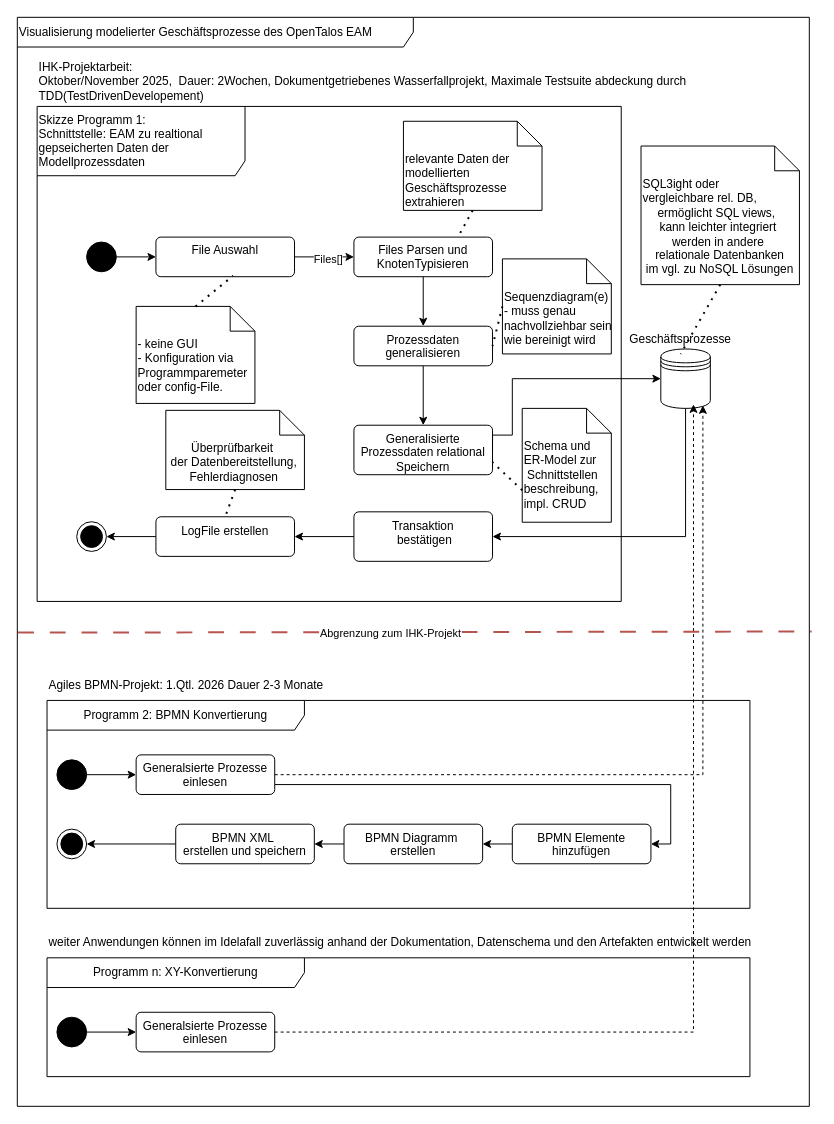
cjanta/ap2 keeps this draw.io diagram as TODO/IHK-Projektantrag-V2_NeuerAnsatz.drawio. Above is the earlier version. Source tidied: cells renumbered, new cells numbered last; positions are measured from the earlier drawing's top-left corner, leaving out a move shared by most shapes. Both pictures are drawn from the tidied source at 99%, with x=0, y=0 at pixel (17, 17).
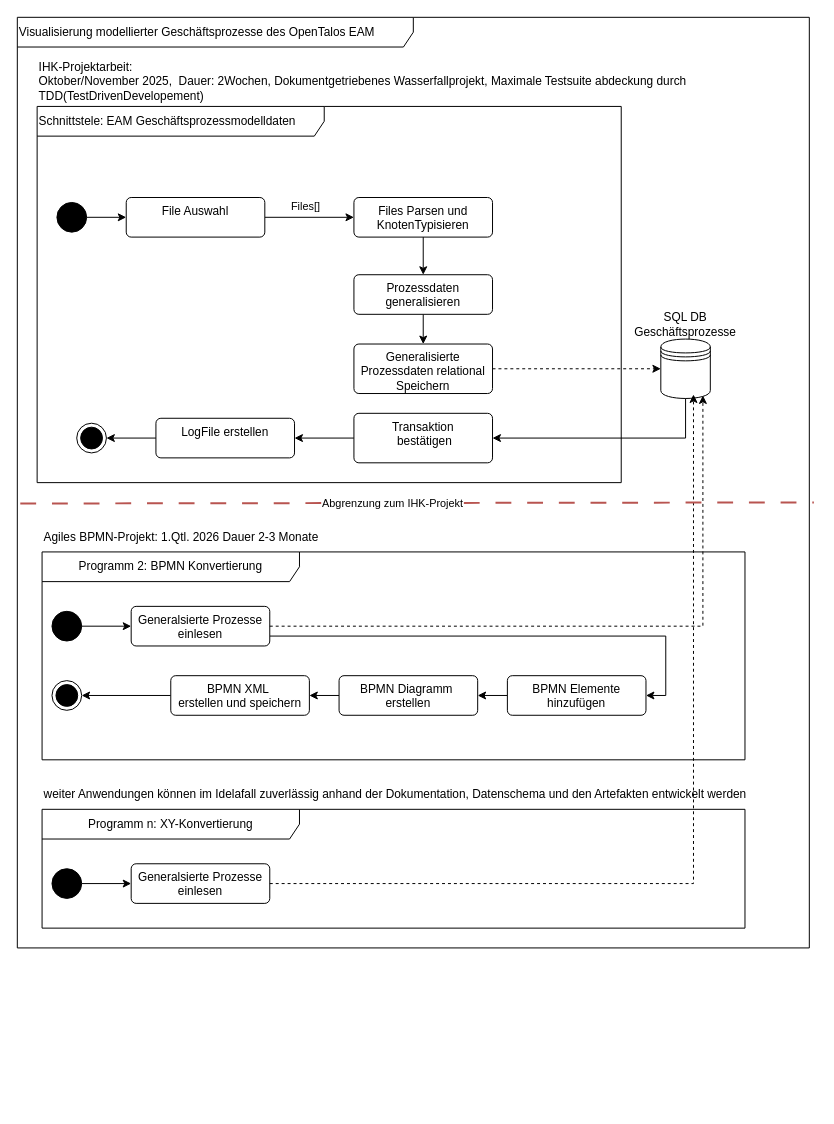
After the change.

Unchanged cells that the change refers to:
```xml
<mxCell id="21" style="edgeStyle=orthogonalEdgeStyle;rounded=0;jettySize=auto;html=1;exitX=1;exitY=0.5;exitDx=0;exitDy=0;" parent="20" edge="1" source="23" target="26">
  <mxGeometry relative="1" as="geometry" />
</mxCell>
```

Diff of the diagram source:
```diff
@@
-    <mxCell id="2" value="Visualisierung modelierter Geschäftsprozesse des OpenTalos EAM" style="shape=umlFrame;whiteSpace=wrap;html=1;width=400;height=30;align=left;" parent="1" vertex="1">
-      <mxGeometry width="800" height="1100" as="geometry" />
+    <mxCell id="2" value="Visualisierung modellierter Geschäftsprozesse des OpenTalos EAM" style="shape=umlFrame;whiteSpace=wrap;html=1;width=400;height=30;align=left;" parent="1" vertex="1">
+      <mxGeometry width="800" height="940" as="geometry" />
     </mxCell>
     <mxCell id="3" value="Programm 2: BPMN Konvertierung" style="shape=umlFrame;whiteSpace=wrap;html=1;width=260;height=30;" parent="2" vertex="1">
-      <mxGeometry x="30" y="690" width="710" height="210" as="geometry" />
+      <mxGeometry x="25" y="540" width="710" height="210" as="geometry" />
     </mxCell>
@@
     <mxCell id="15" value="Programm n: XY-Konvertierung" style="shape=umlFrame;whiteSpace=wrap;html=1;width=260;height=30;" parent="2" vertex="1">
-      <mxGeometry x="30" y="950" width="710" height="120" as="geometry" />
+      <mxGeometry x="25" y="800" width="710" height="120" as="geometry" />
     </mxCell>
@@
     <mxCell id="19" value="Agiles BPMN-Projekt: 1.Qtl. 2026 Dauer 2-3 Monate" style="text;html=1;align=left;verticalAlign=middle;whiteSpace=wrap;rounded=0;" parent="2" vertex="1">
-      <mxGeometry x="30" y="660" width="600" height="30" as="geometry" />
+      <mxGeometry x="25" y="510" width="600" height="30" as="geometry" />
     </mxCell>
-    <mxCell id="20" value="Skizze Programm 1:&lt;div&gt;Schnittstelle: EAM zu realtional gepseicherten Daten der Modellprozessdaten&lt;/div&gt;" style="shape=umlFrame;whiteSpace=wrap;html=1;width=210;height=70;align=left;" parent="2" vertex="1">
-      <mxGeometry x="20" y="90" width="590" height="500" as="geometry" />
+    <mxCell id="20" value="Schnittstele: EAM Geschäftsprozessmodelldaten" style="shape=umlFrame;whiteSpace=wrap;html=1;width=290;height=30;align=left;" parent="2" vertex="1">
+      <mxGeometry x="20" y="90" width="590" height="380" as="geometry" />
     </mxCell>
@@
     <mxCell id="22" value="Files[]" style="edgeLabel;html=1;align=center;verticalAlign=middle;" parent="21" vertex="1">
-      <mxGeometry x="0.1" y="-2" relative="1" as="geometry" />
+      <mxGeometry x="0.1" y="-2" relative="1" as="geometry">
+        <mxPoint x="-10" y="-14" as="offset" />
+      </mxGeometry>
     </mxCell>
     <mxCell id="23" value="File Auswahl" style="html=1;align=center;verticalAlign=top;rounded=1;absoluteArcSize=1;arcSize=10;dashed=0;whiteSpace=wrap;" parent="20" vertex="1">
-      <mxGeometry x="120" y="132" width="140" height="40" as="geometry" />
+      <mxGeometry x="90" y="92" width="140" height="40" as="geometry" />
     </mxCell>
-    <mxCell id="24" value="- keine GUI&amp;nbsp;&lt;div&gt;- Konfiguration via Programmparemeter oder config-File.&lt;/div&gt;" style="shape=note2;boundedLbl=1;whiteSpace=wrap;html=1;size=25;verticalAlign=top;align=left;" parent="20" vertex="1">
-      <mxGeometry x="100" y="202" width="120" height="98" as="geometry" />
-    </mxCell>
@@
     <mxCell id="26" value="Files Parsen und KnotenTypisieren" style="html=1;align=center;verticalAlign=top;rounded=1;absoluteArcSize=1;arcSize=10;dashed=0;whiteSpace=wrap;" parent="20" vertex="1">
-      <mxGeometry x="320" y="132" width="140" height="40" as="geometry" />
+      <mxGeometry x="320" y="92" width="140" height="40" as="geometry" />
     </mxCell>
@@
     <mxCell id="28" style="ellipse;fillColor=strokeColor;html=1;" parent="20" vertex="1">
-      <mxGeometry x="50" y="137" width="30" height="30" as="geometry" />
+      <mxGeometry x="20" y="97" width="30" height="30" as="geometry" />
     </mxCell>
@@
     <mxCell id="30" value="Prozessdaten generalisieren" style="html=1;align=center;verticalAlign=top;rounded=1;absoluteArcSize=1;arcSize=10;dashed=0;whiteSpace=wrap;" parent="20" vertex="1">
-      <mxGeometry x="320" y="222" width="140" height="40" as="geometry" />
+      <mxGeometry x="320" y="170" width="140" height="40" as="geometry" />
     </mxCell>
     <mxCell id="31" value="Generalisierte Prozessdaten relational Speichern" style="html=1;align=center;verticalAlign=top;rounded=1;absoluteArcSize=1;arcSize=10;dashed=0;whiteSpace=wrap;" parent="20" vertex="1">
-      <mxGeometry x="320" y="322" width="140" height="50" as="geometry" />
+      <mxGeometry x="320" y="240" width="140" height="50" as="geometry" />
     </mxCell>
@@
     <mxCell id="33" value="Transaktion&lt;div&gt;&amp;nbsp;bestätigen&lt;/div&gt;" style="html=1;align=center;verticalAlign=top;rounded=1;absoluteArcSize=1;arcSize=10;dashed=0;whiteSpace=wrap;" parent="20" vertex="1">
-      <mxGeometry x="320" y="409.5" width="140" height="50" as="geometry" />
+      <mxGeometry x="320" y="310" width="140" height="50" as="geometry" />
     </mxCell>
@@
     <mxCell id="35" value="LogFile erstellen" style="html=1;align=center;verticalAlign=top;rounded=1;absoluteArcSize=1;arcSize=10;dashed=0;whiteSpace=wrap;" parent="20" vertex="1">
-      <mxGeometry x="120" y="414.5" width="140" height="40" as="geometry" />
+      <mxGeometry x="120" y="315" width="140" height="40" as="geometry" />
     </mxCell>
     <mxCell id="36" style="ellipse;html=1;shape=endState;fillColor=strokeColor;" parent="20" vertex="1">
-      <mxGeometry x="40" y="419.5" width="30" height="30" as="geometry" />
+      <mxGeometry x="40" y="320" width="30" height="30" as="geometry" />
     </mxCell>
-    <mxCell id="37" value="&lt;div style=&quot;&quot;&gt;&lt;span style=&quot;text-wrap-mode: nowrap;&quot;&gt;relevante Daten der&lt;/span&gt;&lt;/div&gt;&lt;div style=&quot;&quot;&gt;&lt;span style=&quot;text-wrap-mode: nowrap;&quot;&gt;modellierten&amp;nbsp;&lt;/span&gt;&lt;/div&gt;&lt;div style=&quot;&quot;&gt;&lt;span style=&quot;text-wrap-mode: nowrap;&quot;&gt;Geschäftsprozesse&lt;/span&gt;&lt;/div&gt;&lt;div style=&quot;&quot;&gt;&lt;span style=&quot;text-wrap-mode: nowrap;&quot;&gt;extrahieren&lt;/span&gt;&lt;/div&gt;" style="shape=note2;boundedLbl=1;whiteSpace=wrap;html=1;size=25;verticalAlign=top;align=left;" parent="20" vertex="1">
-      <mxGeometry x="370" y="15" width="140" height="90" as="geometry" />
-    </mxCell>
-    <mxCell id="38" style="endArrow=none;dashed=1;html=1;dashPattern=1 3;strokeWidth=2;rounded=0;exitX=0.5;exitY=1;exitDx=0;exitDy=0;exitPerimeter=0;entryX=0.75;entryY=0;entryDx=0;entryDy=0;" parent="20" edge="1" source="37" target="26">
-      <mxGeometry relative="1" as="geometry" />
-    </mxCell>
-    <mxCell id="39" style="endArrow=none;dashed=1;html=1;dashPattern=1 3;strokeWidth=2;rounded=0;exitX=0.5;exitY=0;exitDx=0;exitDy=0;exitPerimeter=0;entryX=0.557;entryY=0.975;entryDx=0;entryDy=0;entryPerimeter=0;" parent="20" edge="1" source="24" target="23">
-      <mxGeometry relative="1" as="geometry" />
-    </mxCell>
-    <mxCell id="40" value="&lt;div style=&quot;&quot;&gt;&lt;span style=&quot;text-wrap-mode: nowrap;&quot;&gt;Sequenzdiagram(e)&lt;/span&gt;&lt;/div&gt;&lt;div style=&quot;&quot;&gt;&lt;span style=&quot;text-wrap-mode: nowrap;&quot;&gt;- muss genau&lt;/span&gt;&lt;/div&gt;&lt;div style=&quot;&quot;&gt;&lt;span style=&quot;text-wrap-mode: nowrap;&quot;&gt;nachvollziehbar sein&lt;/span&gt;&lt;/div&gt;&lt;div style=&quot;&quot;&gt;&lt;span style=&quot;text-wrap-mode: nowrap;&quot;&gt;wie bereinigt wird&lt;/span&gt;&lt;/div&gt;&lt;div style=&quot;&quot;&gt;&lt;br&gt;&lt;/div&gt;" style="shape=note2;boundedLbl=1;whiteSpace=wrap;html=1;size=25;verticalAlign=top;align=left;" parent="20" vertex="1">
-      <mxGeometry x="470" y="154" width="110" height="96" as="geometry" />
-    </mxCell>
-    <mxCell id="41" style="endArrow=none;dashed=1;html=1;dashPattern=1 3;strokeWidth=2;rounded=0;exitX=0;exitY=0.5;exitDx=0;exitDy=0;exitPerimeter=0;entryX=1;entryY=0.5;entryDx=0;entryDy=0;" parent="20" edge="1" source="40" target="30">
-      <mxGeometry relative="1" as="geometry" />
-    </mxCell>
-    <mxCell id="42" value="&lt;div style=&quot;&quot;&gt;&lt;span style=&quot;text-wrap-mode: nowrap;&quot;&gt;Schema und&lt;/span&gt;&lt;/div&gt;&lt;div style=&quot;&quot;&gt;&lt;span style=&quot;text-wrap-mode: nowrap;&quot;&gt;ER-Model zur&lt;/span&gt;&lt;/div&gt;&lt;div style=&quot;&quot;&gt;&lt;span style=&quot;text-wrap-mode: nowrap;&quot;&gt;&amp;nbsp;Schnittstellen&lt;/span&gt;&lt;/div&gt;&lt;div style=&quot;&quot;&gt;&lt;span style=&quot;text-wrap-mode: nowrap;&quot;&gt;beschreibung,&amp;nbsp;&lt;/span&gt;&lt;/div&gt;&lt;div style=&quot;&quot;&gt;&lt;span style=&quot;text-wrap-mode: nowrap;&quot;&gt;impl. CRUD&lt;/span&gt;&lt;/div&gt;" style="shape=note2;boundedLbl=1;whiteSpace=wrap;html=1;size=25;verticalAlign=top;align=left;" parent="20" vertex="1">
-      <mxGeometry x="490" y="305" width="90" height="115" as="geometry" />
-    </mxCell>
-    <mxCell id="43" style="endArrow=none;dashed=1;html=1;dashPattern=1 3;strokeWidth=2;rounded=0;exitX=0;exitY=0.719;exitDx=0;exitDy=0;exitPerimeter=0;entryX=1;entryY=0.75;entryDx=0;entryDy=0;" parent="20" edge="1" source="42" target="31">
-      <mxGeometry relative="1" as="geometry" />
-    </mxCell>
-    <mxCell id="44" value="&lt;div style=&quot;text-align: center;&quot;&gt;&lt;span style=&quot;text-wrap-mode: nowrap;&quot;&gt;Überprüfbarkeit&lt;/span&gt;&lt;/div&gt;&lt;div style=&quot;text-align: center;&quot;&gt;&lt;span style=&quot;text-wrap-mode: nowrap;&quot;&gt;&amp;nbsp;der Datenbereitstellung,&lt;/span&gt;&lt;/div&gt;&lt;div style=&quot;text-align: center;&quot;&gt;&lt;span style=&quot;text-wrap-mode: nowrap;&quot;&gt;&amp;nbsp;Fehlerdiagnosen&lt;/span&gt;&lt;/div&gt;" style="shape=note2;boundedLbl=1;whiteSpace=wrap;html=1;size=25;verticalAlign=top;align=left;" parent="20" vertex="1">
-      <mxGeometry x="130" y="307" width="140" height="80" as="geometry" />
-    </mxCell>
-    <mxCell id="45" style="endArrow=none;dashed=1;html=1;dashPattern=1 3;strokeWidth=2;rounded=0;exitX=0.5;exitY=1;exitDx=0;exitDy=0;exitPerimeter=0;entryX=0.5;entryY=0;entryDx=0;entryDy=0;" parent="20" edge="1" source="44" target="35">
-      <mxGeometry relative="1" as="geometry" />
-    </mxCell>
     <mxCell id="46" value="IHK-Projektarbeit: &lt;br&gt;Oktober/November 2025,&amp;nbsp; Dauer: 2Wochen, Dokumentgetriebenes Wasserfallprojekt, Maximale Testsuite abdeckung durch TDD(TestDrivenDevelopement)" style="text;html=1;align=left;verticalAlign=middle;whiteSpace=wrap;rounded=0;" parent="2" vertex="1">
-      <mxGeometry x="20" y="50" width="730" height="30" as="geometry" />
+      <mxGeometry x="20" y="40" width="730" height="50" as="geometry" />
     </mxCell>
     <mxCell id="47" style="shape=datastore;html=1;labelPosition=center;verticalLabelPosition=bottom;align=center;verticalAlign=top;" parent="2" vertex="1">
-      <mxGeometry x="650" y="335" width="50" height="60" as="geometry" />
+      <mxGeometry x="650" y="325" width="50" height="60" as="geometry" />
     </mxCell>
     <mxCell id="48" style="edgeStyle=orthogonalEdgeStyle;rounded=0;jettySize=auto;html=1;exitX=0.5;exitY=1;exitDx=0;exitDy=0;entryX=1;entryY=0.5;entryDx=0;entryDy=0;" parent="2" edge="1" source="47" target="33">
       <mxGeometry relative="1" as="geometry">
         <Array as="points">
-          <mxPoint x="675" y="525" />
+          <mxPoint x="675" y="425" />
         </Array>
       </mxGeometry>
     </mxCell>
-    <mxCell id="49" style="edgeStyle=orthogonalEdgeStyle;rounded=0;jettySize=auto;html=1;exitX=1;exitY=0.5;exitDx=0;exitDy=0;entryX=0;entryY=0.5;entryDx=0;entryDy=0;" parent="2" edge="1" source="31" target="47">
-      <mxGeometry relative="1" as="geometry">
-        <Array as="points">
-          <mxPoint x="500" y="422" />
-          <mxPoint x="500" y="365" />
-        </Array>
-      </mxGeometry>
-    </mxCell>
-    <mxCell id="50" value="Geschäftsprozesse" style="text;html=1;align=center;verticalAlign=middle;whiteSpace=wrap;rounded=0;" parent="2" vertex="1">
-      <mxGeometry x="640" y="310" width="60" height="30" as="geometry" />
+    <mxCell id="50" value="SQL DB&lt;br&gt;Geschäftsprozesse" style="text;html=1;align=center;verticalAlign=middle;whiteSpace=wrap;rounded=0;" parent="2" vertex="1">
+      <mxGeometry x="645" y="295" width="60" height="30" as="geometry" />
     </mxCell>
-    <mxCell id="51" value="&lt;span style=&quot;text-align: center; text-wrap-mode: nowrap;&quot;&gt;SQL3ight oder&lt;/span&gt;&lt;div&gt;&lt;span style=&quot;text-align: center; text-wrap-mode: nowrap;&quot;&gt;vergleichbare rel. DB,&lt;/span&gt;&lt;/div&gt;&lt;div style=&quot;text-align: center;&quot;&gt;&lt;span style=&quot;text-wrap-mode: nowrap;&quot;&gt;ermöglicht SQL views,&amp;nbsp;&lt;/span&gt;&lt;/div&gt;&lt;div style=&quot;text-align: center;&quot;&gt;&lt;span style=&quot;text-wrap-mode: nowrap;&quot;&gt;kann leichter integriert&lt;/span&gt;&lt;/div&gt;&lt;div style=&quot;text-align: center;&quot;&gt;&lt;span style=&quot;text-wrap-mode: nowrap; background-color: transparent; color: light-dark(rgb(0, 0, 0), rgb(255, 255, 255));&quot;&gt;werden in andere&lt;/span&gt;&lt;/div&gt;&lt;div style=&quot;text-align: center;&quot;&gt;&lt;span style=&quot;text-wrap-mode: nowrap;&quot;&gt;&amp;nbsp;relationale Datenbanken&lt;/span&gt;&lt;/div&gt;&lt;div style=&quot;text-align: center;&quot;&gt;&lt;span style=&quot;text-wrap-mode: nowrap;&quot;&gt;&amp;nbsp;im vgl. zu NoSQL Lösungen&lt;/span&gt;&lt;/div&gt;&lt;div style=&quot;text-align: center;&quot;&gt;&lt;br&gt;&lt;/div&gt;&lt;div style=&quot;text-align: center;&quot;&gt;&lt;span style=&quot;text-wrap-mode: nowrap;&quot;&gt;&lt;br&gt;&lt;/span&gt;&lt;/div&gt;" style="shape=note2;boundedLbl=1;whiteSpace=wrap;html=1;size=25;verticalAlign=top;align=left;" parent="2" vertex="1">
-      <mxGeometry x="630" y="130" width="160" height="140" as="geometry" />
-    </mxCell>
-    <mxCell id="52" style="endArrow=none;dashed=1;html=1;dashPattern=1 3;strokeWidth=2;rounded=0;exitX=0.5;exitY=1;exitDx=0;exitDy=0;exitPerimeter=0;entryX=0.5;entryY=1;entryDx=0;entryDy=0;" parent="2" edge="1" source="51" target="50">
-      <mxGeometry relative="1" as="geometry" />
-    </mxCell>
@@
     <mxCell id="55" value="weiter Anwendungen können im Idelafall zuverlässig anhand der Dokumentation, Datenschema und den Artefakten entwickelt werden" style="text;html=1;align=left;verticalAlign=middle;whiteSpace=wrap;rounded=0;" parent="2" vertex="1">
-      <mxGeometry x="30" y="920" width="720" height="30" as="geometry" />
+      <mxGeometry x="25" y="770" width="720" height="30" as="geometry" />
     </mxCell>
+    <mxCell id="49" style="edgeStyle=none;html=1;exitX=1;exitY=0.5;exitDx=0;exitDy=0;entryX=0;entryY=0.5;entryDx=0;entryDy=0;dashed=1;" parent="2" edge="1" source="31" target="47">
+      <mxGeometry relative="1" as="geometry" />
+    </mxCell>
-    <mxCell id="56" style="endArrow=none;dashed=1;html=1;dashPattern=8 8;strokeWidth=2;rounded=0;exitX=0.001;exitY=0.565;exitDx=0;exitDy=0;exitPerimeter=0;entryX=1.003;entryY=0.564;entryDx=0;entryDy=0;entryPerimeter=0;fillColor=#f8cecc;strokeColor=#b85450;" parent="1" edge="1" source="2" target="2">
-      <mxGeometry relative="1" as="geometry" />
+    <mxCell id="56" style="endArrow=none;dashed=1;html=1;dashPattern=8 8;strokeWidth=2;rounded=0;exitX=0.001;exitY=0.565;exitDx=0;exitDy=0;exitPerimeter=0;entryX=1.003;entryY=0.564;entryDx=0;entryDy=0;entryPerimeter=0;fillColor=#f8cecc;strokeColor=#b85450;" parent="2" edge="1">
+      <mxGeometry relative="1" as="geometry">
+        <mxPoint x="3" y="491.1" as="sourcePoint" />
+        <mxPoint x="804.6" y="490" as="targetPoint" />
+      </mxGeometry>
     </mxCell>
```
